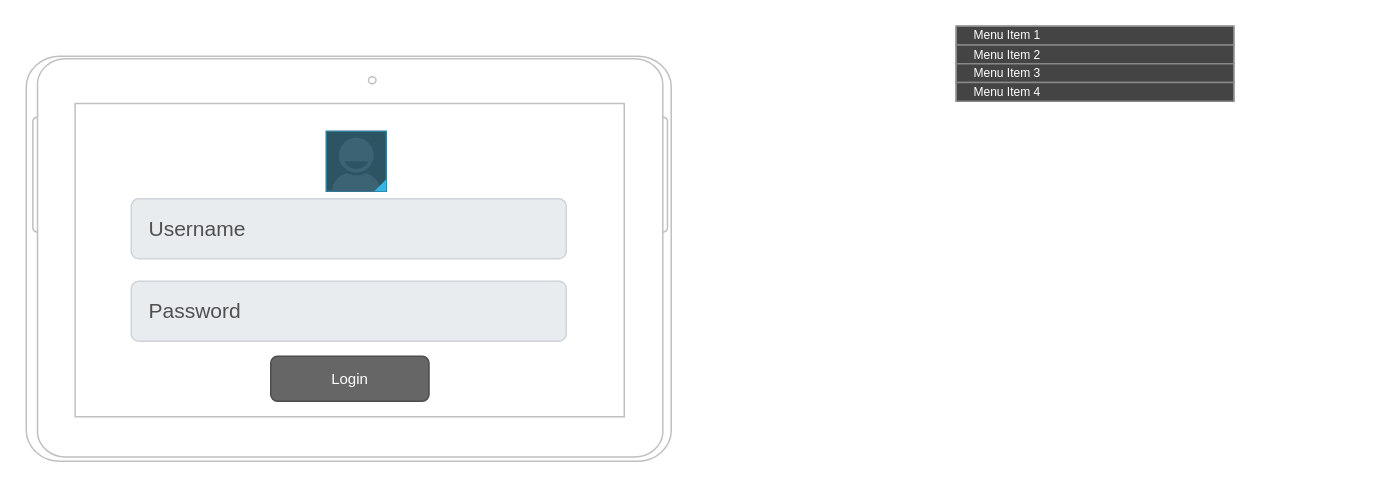
Earlier version of the draw.io diagram wireframe_explaination/Securtiy screen.drawio (duongminhthanh/app_system_management_visitor_for_old_aparment). Source tidied: cells renumbered, new cells numbered last; positions are measured from the earlier drawing's top-left corner, leaving out a move shared by most shapes. Both pictures are drawn from the tidied source at 150%, with x=0, y=0 at pixel (26, 26). Pictures stored in the file or linked from it are replaced by grey dashed boxes.
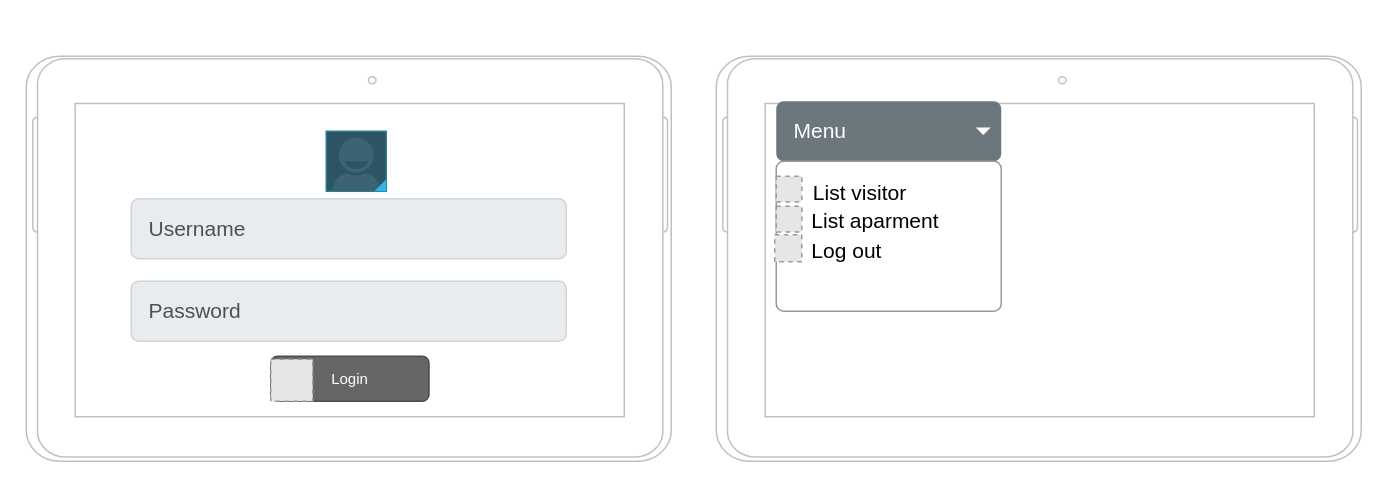
The same page after the edit.

Change to the diagram source:
```diff
@@
-    <mxCell id="3" style="strokeWidth=1;html=1;shadow=0;dashed=0;shape=mxgraph.android.rrect;rSize=0;strokeColor=#888888;fillColor=#444444;" parent="1" vertex="1">
-      <mxGeometry x="620" width="185" height="50" as="geometry" />
-    </mxCell>
-    <mxCell id="4" value="Menu Item 1" style="strokeColor=inherit;fillColor=inherit;gradientColor=inherit;strokeWidth=1;html=1;shadow=0;dashed=0;shape=mxgraph.android.rrect;rSize=0;align=left;spacingLeft=10;fontSize=8;fontColor=#ffffff;" parent="3" vertex="1">
-      <mxGeometry width="185" height="12.5" as="geometry" />
-    </mxCell>
-    <mxCell id="5" value="Menu Item 2" style="strokeColor=inherit;fillColor=inherit;gradientColor=inherit;strokeWidth=1;html=1;shadow=0;dashed=0;shape=mxgraph.android.rrect;rSize=0;align=left;spacingLeft=10;fontSize=8;fontColor=#ffffff;" parent="3" vertex="1">
-      <mxGeometry y="12.5" width="185" height="12.5" as="geometry" />
-    </mxCell>
-    <mxCell id="6" value="Menu Item 3" style="strokeColor=inherit;fillColor=inherit;gradientColor=inherit;strokeWidth=1;html=1;shadow=0;dashed=0;shape=mxgraph.android.rrect;rSize=0;align=left;spacingLeft=10;fontSize=8;fontColor=#ffffff;" parent="3" vertex="1">
-      <mxGeometry y="25" width="185" height="12.5" as="geometry" />
-    </mxCell>
-    <mxCell id="7" value="Menu Item 4" style="strokeColor=inherit;fillColor=inherit;gradientColor=inherit;strokeWidth=1;html=1;shadow=0;dashed=0;shape=mxgraph.android.rrect;rSize=0;align=left;spacingLeft=10;fontSize=8;fontColor=#ffffff;" parent="3" vertex="1">
-      <mxGeometry y="37.5" width="185" height="12.5" as="geometry" />
-    </mxCell>
@@
+    <mxCell id="12" style="verticalLabelPosition=bottom;verticalAlign=top;html=1;shadow=0;dashed=0;strokeWidth=1;shape=mxgraph.android.tab2;strokeColor=#c0c0c0;direction=north;" parent="1" vertex="1">
+      <mxGeometry x="460" y="20" width="430" height="270" as="geometry" />
+    </mxCell>
+    <mxCell id="13" value="Menu" style="html=1;shadow=0;dashed=0;shape=mxgraph.bootstrap.rrect;rSize=5;strokeColor=none;strokeWidth=1;fillColor=#6C767D;fontColor=#ffffff;whiteSpace=wrap;align=left;verticalAlign=middle;fontStyle=0;fontSize=14;spacingLeft=10;" parent="1" vertex="1">
+      <mxGeometry x="500" y="50" width="150" height="40" as="geometry" />
+    </mxCell>
+    <mxCell id="14" style="shape=triangle;direction=south;fillColor=#ffffff;strokeColor=none;perimeter=none;" parent="13" vertex="1">
+      <mxGeometry x="1" y="0.5" width="10" height="5" relative="1" as="geometry">
+        <mxPoint x="-17" y="-2.5" as="offset" />
+      </mxGeometry>
+    </mxCell>
+    <mxCell id="15" style="html=1;shadow=0;dashed=0;shape=mxgraph.bootstrap.rrect;rSize=5;fillColor=#ffffff;strokeColor=#999999;" parent="1" vertex="1">
+      <mxGeometry x="500" y="90" width="150" height="100" as="geometry" />
+    </mxCell>
+    <mxCell id="16" value=" List visitor" style="fillColor=none;strokeColor=none;align=left;spacing=20;fontSize=14;" parent="15" vertex="1">
+      <mxGeometry width="150" height="20" relative="1" as="geometry">
+        <mxPoint x="1" y="10" as="offset" />
+      </mxGeometry>
+    </mxCell>
+    <mxCell id="17" value=" List aparment" style="fillColor=none;strokeColor=none;align=left;spacing=20;fontSize=14;" parent="15" vertex="1">
+      <mxGeometry width="150" height="20" relative="1" as="geometry">
+        <mxPoint y="29" as="offset" />
+      </mxGeometry>
+    </mxCell>
+    <mxCell id="18" value=" Log out" style="fillColor=none;strokeColor=none;align=left;spacing=20;fontSize=14;" parent="15" vertex="1">
+      <mxGeometry width="150" height="20" relative="1" as="geometry">
+        <mxPoint y="49" as="offset" />
+      </mxGeometry>
+    </mxCell>
+    <mxCell id="19" style="fillColor=#E6E6E6;strokeColor=#999999;dashed=1;html=1;verticalAlign=top;verticalLabelPosition=bottom;labelBackgroundColor=#ffffff;" parent="15" vertex="1">
+      <mxGeometry x="-1" y="49" width="18" height="18" as="geometry" />
+    </mxCell>
+    <mxCell id="20" style="fillColor=#E6E6E6;strokeColor=#999999;dashed=1;html=1;verticalAlign=top;verticalLabelPosition=bottom;labelBackgroundColor=#ffffff;" parent="15" vertex="1">
+      <mxGeometry y="30" width="17.1" height="17.1" as="geometry" />
+    </mxCell>
+    <mxCell id="21" style="fillColor=#E6E6E6;strokeColor=#999999;dashed=1;html=1;verticalAlign=top;verticalLabelPosition=bottom;labelBackgroundColor=#ffffff;" parent="15" vertex="1">
+      <mxGeometry y="10" width="17.1" height="17.1" as="geometry" />
+    </mxCell>
+    <mxCell id="22" style="fillColor=#E6E6E6;strokeColor=#999999;dashed=1;html=1;verticalAlign=top;verticalLabelPosition=bottom;labelBackgroundColor=#ffffff;" parent="1" vertex="1">
+      <mxGeometry x="163" y="222" width="28" height="28" as="geometry" />
+    </mxCell>
```
